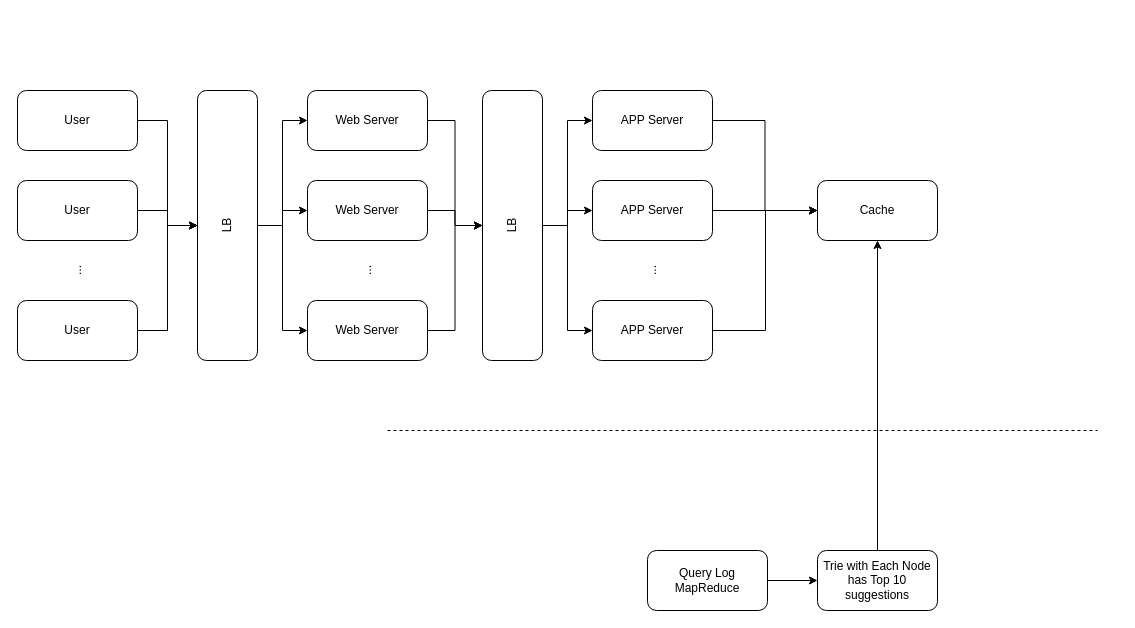
whmou/component-archs keeps this draw.io diagram as drawios/Ticketmaster.drawio. Above is the earlier version. Source tidied: cells renumbered, new cells numbered last; positions are measured from the earlier drawing's top-left corner, leaving out a move shared by most shapes. Both pictures are drawn from the tidied source at 100%, with x=0, y=0 at pixel (17, 90).
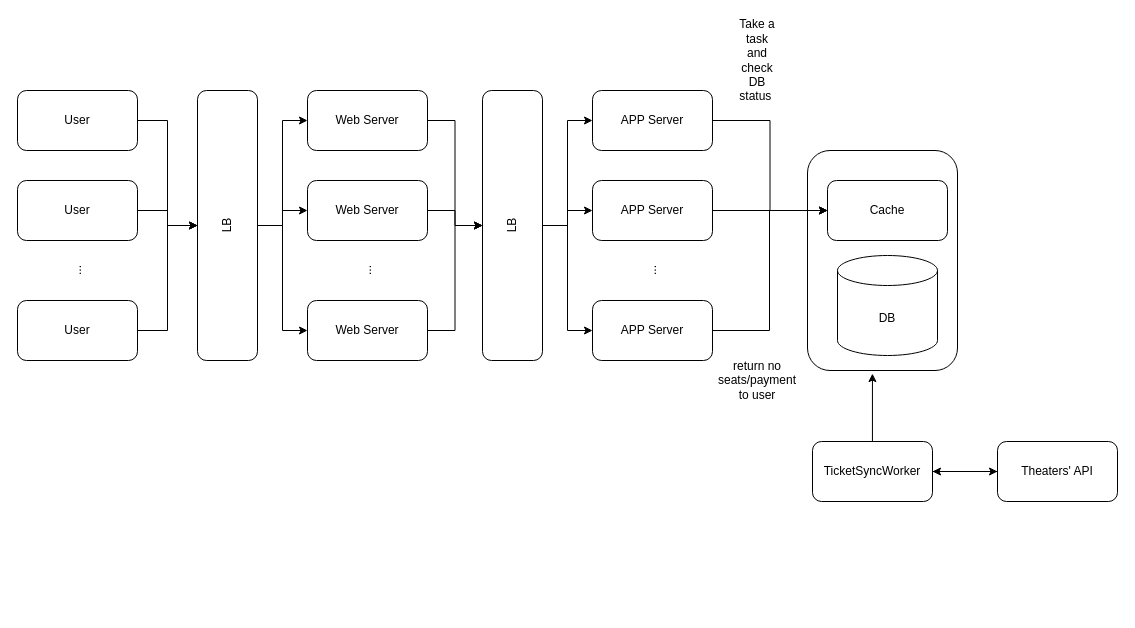
Above is the later version.

The change refers to these unchanged cells:
```xml
<mxCell id="29" value="APP Server" style="rounded=1;whiteSpace=wrap;html=1;" parent="1" vertex="1">
  <mxGeometry x="575" y="210" width="120" height="60" as="geometry" />
</mxCell>
```

Change to the diagram source:
```diff
@@
+    <mxCell id="37" style="rounded=1;whiteSpace=wrap;html=1;" parent="1" vertex="1">
+      <mxGeometry x="790" y="60" width="150" height="220" as="geometry" />
+    </mxCell>
@@
     <mxCell id="28" style="edgeStyle=orthogonalEdgeStyle;rounded=0;jettySize=auto;html=1;" parent="1" edge="1" source="29" target="36">
       <mxGeometry relative="1" as="geometry">
         <Array as="points">
-          <mxPoint x="748" y="240" />
-          <mxPoint x="748" y="120" />
+          <mxPoint x="752" y="240" />
+          <mxPoint x="752" y="120" />
         </Array>
       </mxGeometry>
     </mxCell>
@@
-    <mxCell id="31" style="edgeStyle=orthogonalEdgeStyle;rounded=0;jettySize=auto;html=1;" parent="1" edge="1" source="32" target="35">
-      <mxGeometry relative="1" as="geometry" />
-    </mxCell>
-    <mxCell id="32" value="Query Log MapReduce" style="rounded=1;whiteSpace=wrap;html=1;" parent="1" vertex="1">
-      <mxGeometry x="630" y="460" width="120" height="60" as="geometry" />
-    </mxCell>
-    <mxCell id="33" style="endArrow=none;dashed=1;html=1;" parent="1" edge="1">
-      <mxGeometry relative="1" as="geometry">
-        <mxPoint x="370" y="340" as="sourcePoint" />
-        <mxPoint x="1080" y="340" as="targetPoint" />
-      </mxGeometry>
-    </mxCell>
-    <mxCell id="34" style="edgeStyle=orthogonalEdgeStyle;rounded=0;jettySize=auto;html=1;" parent="1" edge="1" source="35" target="36">
-      <mxGeometry relative="1" as="geometry" />
-    </mxCell>
-    <mxCell id="35" value="Trie with Each Node has Top 10 suggestions" style="whiteSpace=wrap;html=1;rounded=1;" parent="1" vertex="1">
-      <mxGeometry x="800" y="460" width="120" height="60" as="geometry" />
-    </mxCell>
     <mxCell id="36" value="Cache" style="whiteSpace=wrap;html=1;rounded=1;" parent="1" vertex="1">
-      <mxGeometry x="800" y="90" width="120" height="60" as="geometry" />
+      <mxGeometry x="810" y="90" width="120" height="60" as="geometry" />
     </mxCell>
+    <mxCell id="38" value="DB" style="shape=cylinder3;whiteSpace=wrap;html=1;boundedLbl=1;backgroundOutline=1;size=15;" parent="1" vertex="1">
+      <mxGeometry x="820" y="165" width="100" height="100" as="geometry" />
+    </mxCell>
+    <mxCell id="39" style="edgeStyle=orthogonalEdgeStyle;rounded=0;jettySize=auto;html=1;entryX=0.433;entryY=1.014;entryDx=0;entryDy=0;entryPerimeter=0;" parent="1" edge="1" source="41" target="37">
+      <mxGeometry relative="1" as="geometry" />
+    </mxCell>
+    <mxCell id="40" style="edgeStyle=orthogonalEdgeStyle;rounded=0;jettySize=auto;html=1;entryX=0;entryY=0.5;entryDx=0;entryDy=0;" parent="1" edge="1" source="41" target="43">
+      <mxGeometry relative="1" as="geometry" />
+    </mxCell>
+    <mxCell id="41" value="TicketSyncWorker" style="rounded=1;whiteSpace=wrap;html=1;" parent="1" vertex="1">
+      <mxGeometry x="795" y="351" width="120" height="60" as="geometry" />
+    </mxCell>
+    <mxCell id="42" style="edgeStyle=orthogonalEdgeStyle;rounded=0;jettySize=auto;html=1;" parent="1" edge="1" source="43" target="41">
+      <mxGeometry relative="1" as="geometry" />
+    </mxCell>
+    <mxCell id="43" value="Theaters' API" style="rounded=1;whiteSpace=wrap;html=1;" parent="1" vertex="1">
+      <mxGeometry x="980" y="351" width="120" height="60" as="geometry" />
+    </mxCell>
+    <mxCell id="44" value="Take a task and check DB status&amp;nbsp;" style="text;html=1;strokeColor=none;fillColor=none;align=center;verticalAlign=middle;whiteSpace=wrap;rounded=0;" parent="1" vertex="1">
+      <mxGeometry x="720" y="-40" width="40" height="20" as="geometry" />
+    </mxCell>
+    <mxCell id="45" value="return no seats/payment to user" style="text;html=1;strokeColor=none;fillColor=none;align=center;verticalAlign=middle;whiteSpace=wrap;rounded=0;" parent="1" vertex="1">
+      <mxGeometry x="720" y="280" width="40" height="20" as="geometry" />
+    </mxCell>
```
